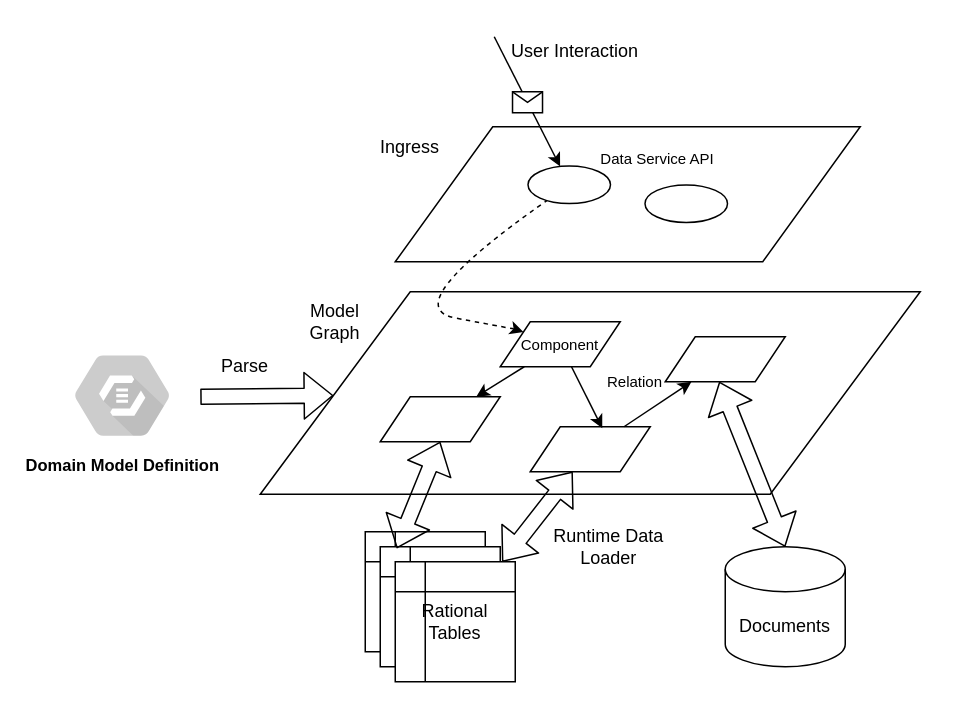
Before: docs/cora.drawio in nemoworks/cora, a draw.io diagram. Source tidied: cells renumbered, new cells numbered last; positions are measured from the earlier drawing's top-left corner, leaving out a move shared by most shapes. Both pictures are drawn from the tidied source at 150%, with x=0, y=0 at pixel (50, 36).
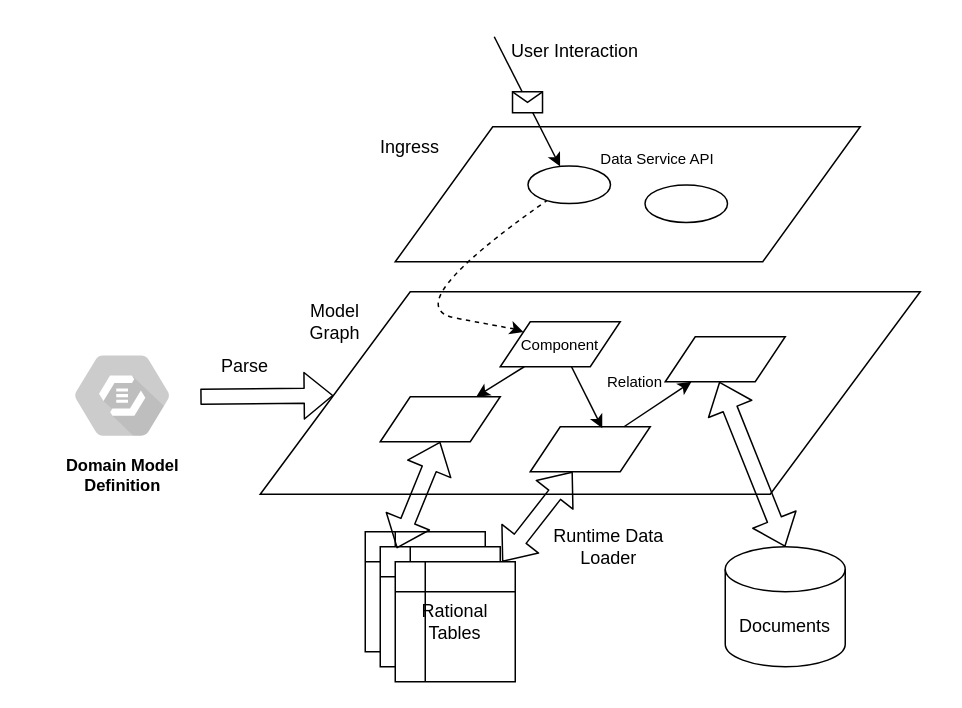
Above is the later version.

Diff of the diagram source:
```diff
@@
-    <mxCell id="28" value="Domain Model Definition" style="html=1;verticalAlign=top;labelPosition=center;verticalLabelPosition=bottom;align=center;spacingTop=-6;fontSize=11;fontStyle=1;shape=mxgraph.gcp2.hexIcon;prIcon=automl_natural_language;rounded=0;shadow=0;glass=0;sketch=0;fillColor=#CCCCCC;" parent="1" vertex="1">
+    <mxCell id="28" value="Domain Model &lt;br&gt;Definition" style="html=1;verticalAlign=top;labelPosition=center;verticalLabelPosition=bottom;align=center;spacingTop=-6;fontSize=11;fontStyle=1;shape=mxgraph.gcp2.hexIcon;prIcon=automl_natural_language;rounded=0;shadow=0;glass=0;sketch=0;fillColor=#CCCCCC;" parent="1" vertex="1">
       <mxGeometry y="200" width="96" height="78.5" as="geometry" />
     </mxCell>
```
